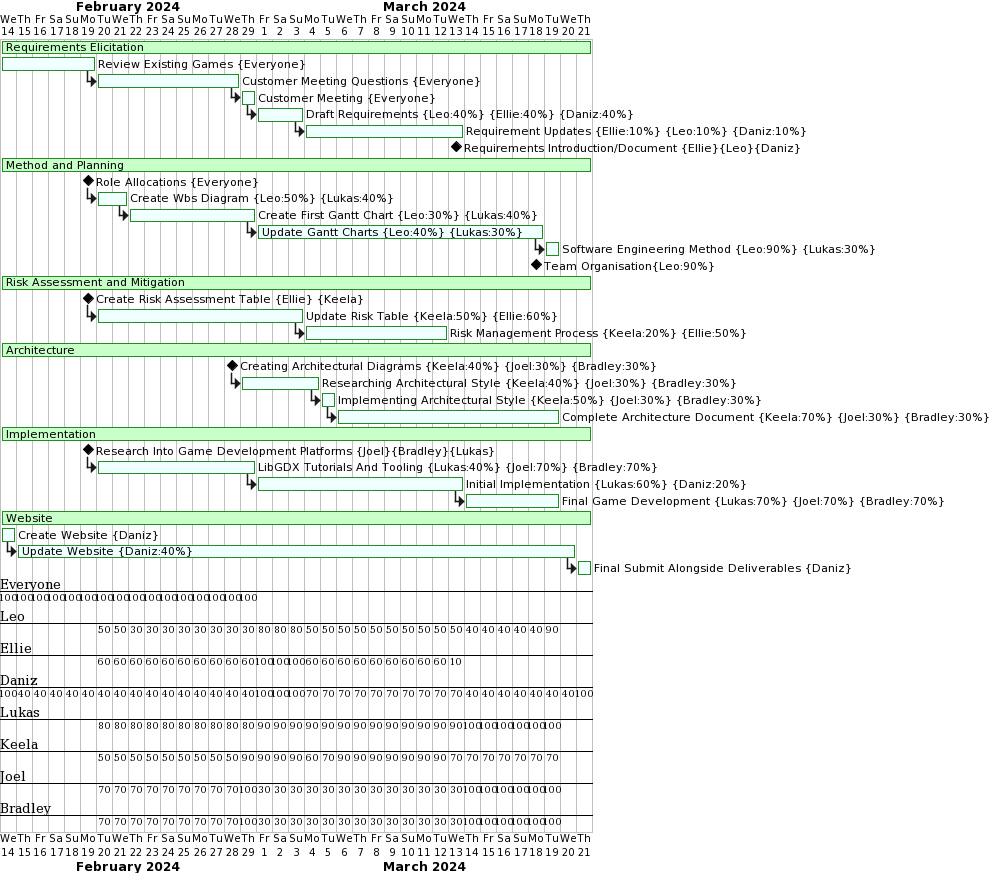
Before: images/g5.png, a diagram exported from PlantUML (danizhajizada/team14.github.io). Source of this version:
```plantuml
@startgantt
Project starts 2024-02-14

[Requirements Elicitation] lasts 37 days and is colored in TECHNOLOGY/ForestGreen
[Review Existing Games] on {Everyone} lasts 6 days and is colored in Azure/ForestGreen
then [Customer Meeting Questions] on {Everyone} lasts 9 days and is colored in Azure/ForestGreen
then [Customer Meeting] on {Everyone} lasts 1 day and is colored in Azure/ForestGreen
then [Draft Requirements] on {Leo:40%}{Ellie:40%}{Daniz:40%} lasts 3 days and is colored in Azure/ForestGreen
then [Requirement Updates] on {Ellie:10%} {Leo:10%} {Daniz:10%} lasts 3 days and is colored in Azure/ForestGreen
[Requirements Introduction/Document {Ellie}{Leo}{Daniz}] happens at [Requirement Updates]'s end

[Method and Planning] lasts 37 days and is colored in TECHNOLOGY/ForestGreen
[Role Allocations {Everyone}] happens at [Review Existing Games]'s end
then [Create Wbs Diagram] on {Leo:50%}{Lukas:40%} lasts 1 day and is colored in Azure/ForestGreen
then [Create First Gantt Chart] on {Leo:30%}{Lukas:40%} lasts 5 days and is colored in Azure/ForestGreen
then [Update Gantt Charts] on {Leo:40%}{Lukas:30%} lasts 12 days and is colored in Azure/ForestGreen
then [Software Engineering Method] on {Leo:90%}{Lukas:30%} lasts 1 day and is colored in Azure/ForestGreen
[Team Organisation{Leo:90%} ] happens at [Update Gantt Charts]'s end

[Risk Assessment and Mitigation] lasts 37 days and is colored in TECHNOLOGY/ForestGreen
[Create Risk Assessment Table {Ellie} {Keela}] happens at [Review Existing Games]'s end
then [Update Risk Table] on {Keela:50%} {Ellie:60%} lasts 14 days and is colored in Azure/ForestGreen
then [Risk Management Process] on {Keela:20%} {Ellie:50%} lasts 6 days and is colored in Azure/ForestGreen

[Architecture] lasts 37 days and is colored in TECHNOLOGY/ForestGreen
[Creating Architectural Diagrams {Keela:40%} {Joel:30%} {Bradley:30%}] happens at [Customer Meeting Questions]'s end
then [Researching Architectural Style] on {Keela:40%} {Joel:30%} {Bradley:30%} lasts 5 days and is colored in Azure/ForestGreen
then [Implementing Architectural Style] on {Keela:50%} {Joel:30%} {Bradley:30%} lasts 1 day and is colored in Azure/ForestGreen
then [Complete Architecture Document] on {Keela:70%}{Joel:30%}{Bradley:30%} lasts 17 days and is colored in Azure/ForestGreen

[Implementation] lasts 37 days and is colored in TECHNOLOGY/ForestGreen
[Research Into Game Development Platforms {Joel}{Bradley}{Lukas}] happens at [Review Existing Games]'s end
then [LibGDX Tutorials And Tooling] on {Lukas:40%}{Joel:70%}{Bradley:70%} lasts 18 days and is colored in Azure/ForestGreen
then [Initial Implementation] on {Lukas:60%}{Daniz:20%} lasts 10 days and is colored in Azure/ForestGreen
then [Final Game Development] on {Lukas:70%}{Joel:70%}{Bradley:70%} lasts 11 days and is colored in Azure/ForestGreen

[Website] lasts 37 days and is colored in TECHNOLOGY/ForestGreen
[Create Website] on {Daniz} lasts 1 day and is colored in Azure/ForestGreen
then [Update Website] on {Daniz:40%} lasts 14 days and is colored in Azure/ForestGreen
then [Final Submit Alongside Deliverables] on {Daniz} lasts 1 day and is colored in Azure/ForestGreen
@endgantt
```
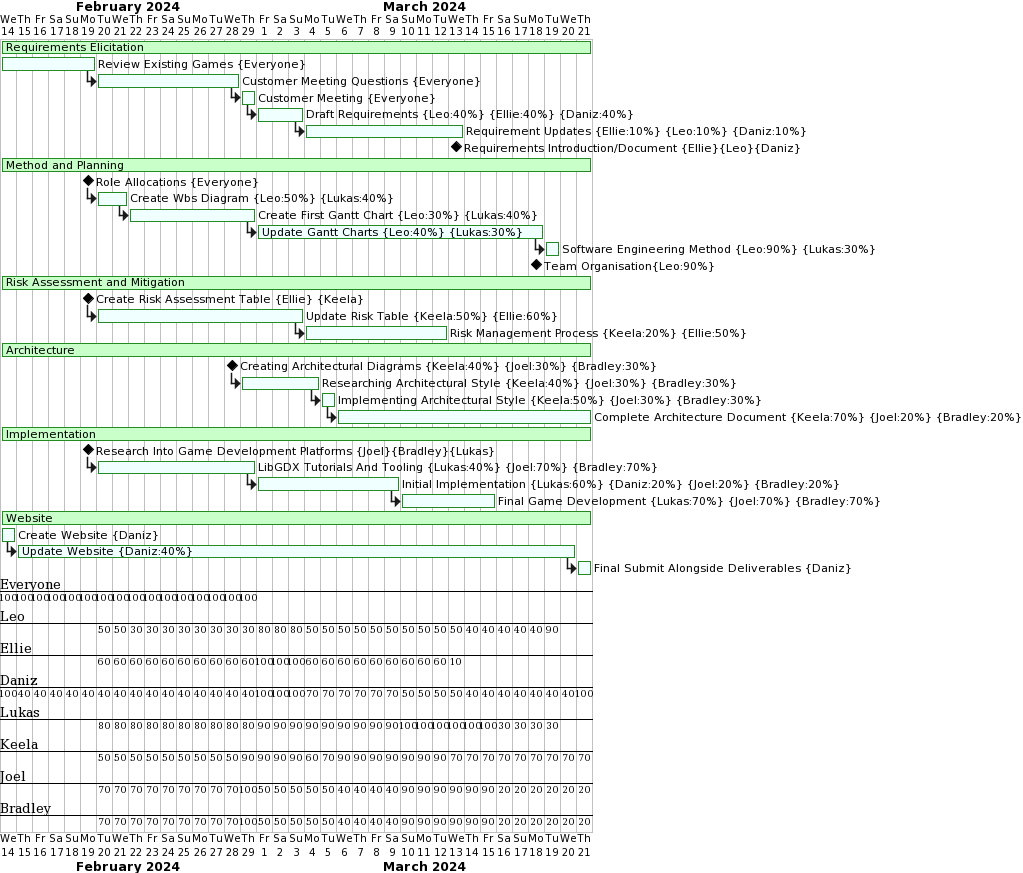
The same diagram one commit later.

What changed in the source:
```diff
@@ -26,12 +26,12 @@
 [Creating Architectural Diagrams {Keela:40%} {Joel:30%} {Bradley:30%}] happens at [Customer Meeting Questions]'s end
 then [Researching Architectural Style] on {Keela:40%} {Joel:30%} {Bradley:30%} lasts 5 days and is colored in Azure/ForestGreen
 then [Implementing Architectural Style] on {Keela:50%} {Joel:30%} {Bradley:30%} lasts 1 day and is colored in Azure/ForestGreen
-then [Complete Architecture Document] on {Keela:70%}{Joel:30%}{Bradley:30%} lasts 17 days and is colored in Azure/ForestGreen
+then [Complete Architecture Document] on {Keela:70%}{Joel:20%}{Bradley:20%} lasts 17 days and is colored in Azure/ForestGreen
 
 [Implementation] lasts 37 days and is colored in TECHNOLOGY/ForestGreen
 [Research Into Game Development Platforms {Joel}{Bradley}{Lukas}] happens at [Review Existing Games]'s end
 then [LibGDX Tutorials And Tooling] on {Lukas:40%}{Joel:70%}{Bradley:70%} lasts 18 days and is colored in Azure/ForestGreen
-then [Initial Implementation] on {Lukas:60%}{Daniz:20%} lasts 10 days and is colored in Azure/ForestGreen
+then [Initial Implementation] on {Lukas:60%}{Daniz:20%}{Joel:20%}{Bradley:20%} lasts 10 days and is colored in Azure/ForestGreen
 then [Final Game Development] on {Lukas:70%}{Joel:70%}{Bradley:70%} lasts 11 days and is colored in Azure/ForestGreen
 
 [Website] lasts 37 days and is colored in TECHNOLOGY/ForestGreen
```
